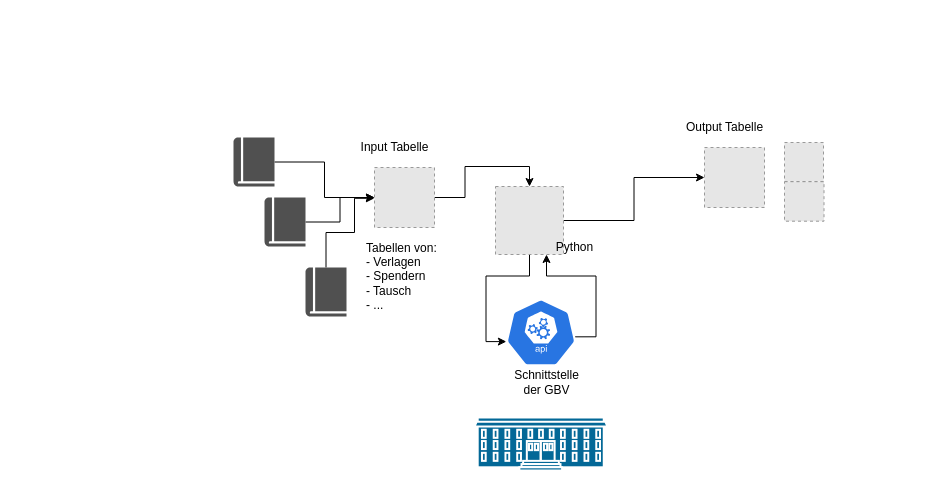
subugoe/Fachreferats-Toolbox keeps this draw.io diagram as documentation/Dedublizierungs-Tool.drawio. Above is the earlier version. Source tidied: cells renumbered, new cells numbered last; positions are measured from the earlier drawing's top-left corner, leaving out a move shared by most shapes. Both pictures are drawn from the tidied source at 100%, with x=0, y=0 at pixel (233, 117). Pictures stored in the file or linked from it are replaced by grey dashed boxes.
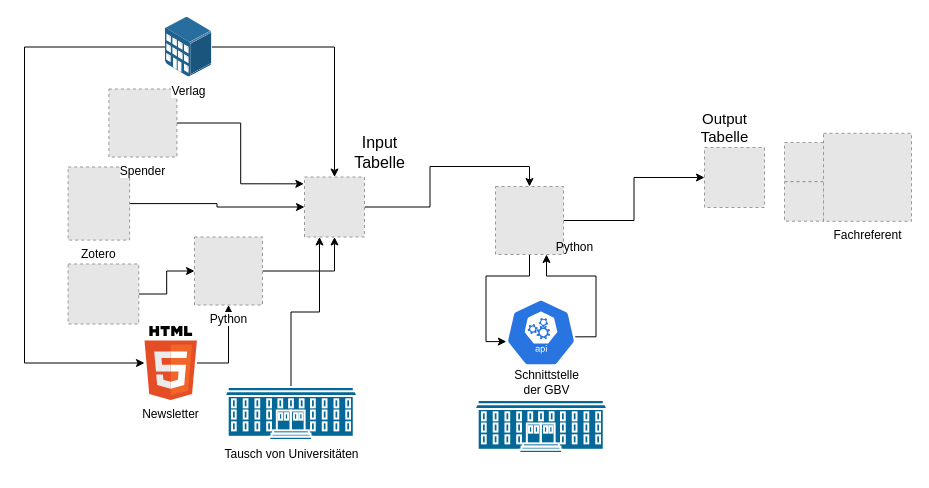
The same diagram, later.

Diff of the diagram source:
```diff
@@
     <mxCell id="7" style="shape=mxgraph.cisco.buildings.university;html=1;dashed=0;fillColor=#036897;strokeColor=#ffffff;strokeWidth=2;verticalLabelPosition=bottom;verticalAlign=top;align=center;" parent="1" vertex="1">
-      <mxGeometry x="241" y="300" width="133" height="53" as="geometry" />
+      <mxGeometry x="241" y="282.5" width="133" height="53" as="geometry" />
     </mxCell>
-    <mxCell id="8" style="edgeStyle=orthogonalEdgeStyle;rounded=0;jettySize=auto;html=1;" parent="1" edge="1" source="9" target="11">
-      <mxGeometry relative="1" as="geometry" />
-    </mxCell>
-    <mxCell id="9" style="shadow=0;dashed=0;html=1;strokeColor=none;fillColor=#505050;labelPosition=center;verticalLabelPosition=bottom;verticalAlign=top;outlineConnect=0;align=center;shape=mxgraph.office.concepts.book_journal;" parent="1" vertex="1">
-      <mxGeometry y="20" width="41" height="49" as="geometry" />
-    </mxCell>
@@
     <mxCell id="11" style="fillColor=#E6E6E6;strokeColor=#999999;dashed=1;html=1;verticalAlign=top;verticalLabelPosition=bottom;labelBackgroundColor=#ffffff;" parent="1" vertex="1">
-      <mxGeometry x="141" y="50" width="60" height="60" as="geometry" />
+      <mxGeometry x="71" y="59.5" width="60" height="60" as="geometry" />
     </mxCell>
-    <mxCell id="12" style="edgeStyle=orthogonalEdgeStyle;rounded=0;jettySize=auto;html=1;" parent="1" edge="1" source="13" target="11">
-      <mxGeometry relative="1" as="geometry" />
-    </mxCell>
-    <mxCell id="13" style="shadow=0;dashed=0;html=1;strokeColor=none;fillColor=#505050;labelPosition=center;verticalLabelPosition=bottom;verticalAlign=top;outlineConnect=0;align=center;shape=mxgraph.office.concepts.book_journal;" parent="1" vertex="1">
-      <mxGeometry x="31" y="80" width="41" height="49" as="geometry" />
-    </mxCell>
-    <mxCell id="14" style="edgeStyle=orthogonalEdgeStyle;rounded=0;jettySize=auto;html=1;entryX=-0.002;entryY=0.514;entryDx=0;entryDy=0;entryPerimeter=0;" parent="1" edge="1" source="15" target="11">
-      <mxGeometry relative="1" as="geometry">
-        <Array as="points">
-          <mxPoint x="92" y="115" />
-          <mxPoint x="121" y="115" />
-          <mxPoint x="121" y="81" />
-          <mxPoint x="141" y="81" />
-        </Array>
-      </mxGeometry>
-    </mxCell>
-    <mxCell id="15" style="shadow=0;dashed=0;html=1;strokeColor=none;fillColor=#505050;labelPosition=center;verticalLabelPosition=bottom;verticalAlign=top;outlineConnect=0;align=center;shape=mxgraph.office.concepts.book_journal;" parent="1" vertex="1">
-      <mxGeometry x="72" y="150" width="41" height="49" as="geometry" />
-    </mxCell>
@@
-    <mxCell id="18" value="&lt;div align=&quot;left&quot;&gt;Tabellen von:&lt;/div&gt;&lt;div align=&quot;left&quot;&gt;- Verlagen&lt;/div&gt;&lt;div align=&quot;left&quot;&gt;- Spendern&lt;/div&gt;&lt;div align=&quot;left&quot;&gt;- Tausch&lt;/div&gt;&lt;div align=&quot;left&quot;&gt;- ...&lt;br&gt;&lt;/div&gt;" style="text;html=1;align=left;verticalAlign=middle;strokeColor=none;" parent="1" vertex="1">
-      <mxGeometry x="131" y="119" width="90" height="80" as="geometry" />
-    </mxCell>
@@
+    <mxCell id="23" value="&lt;font style=&quot;font-size: 15px&quot;&gt;Output&lt;br&gt;Tabelle&lt;/font&gt;" style="text;html=1;align=center;verticalAlign=middle;strokeColor=none;" parent="1" vertex="1">
+      <mxGeometry x="461" y="-10" width="60" height="40" as="geometry" />
+    </mxCell>
+    <mxCell id="24" style="edgeStyle=orthogonalEdgeStyle;rounded=0;jettySize=auto;html=1;" parent="1" edge="1" source="25" target="11">
+      <mxGeometry relative="1" as="geometry" />
+    </mxCell>
+    <mxCell id="25" value="Zotero" style="fillColor=#E6E6E6;strokeColor=#999999;dashed=1;verticalLabelPosition=bottom;labelBackgroundColor=#ffffff;verticalAlign=top;" parent="1" vertex="1">
+      <mxGeometry x="-165.4" y="49.5" width="61.5" height="73.1" as="geometry" />
+    </mxCell>
+    <mxCell id="26" style="edgeStyle=orthogonalEdgeStyle;rounded=0;jettySize=auto;html=1;" parent="1" edge="1" source="27" target="36">
+      <mxGeometry relative="1" as="geometry" />
+    </mxCell>
+    <mxCell id="27" style="fillColor=#E6E6E6;strokeColor=#999999;dashed=1;verticalLabelPosition=bottom;labelBackgroundColor=#ffffff;verticalAlign=top;" parent="1" vertex="1">
+      <mxGeometry x="-165.4" y="146.5" width="70.7" height="60" as="geometry" />
+    </mxCell>
+    <mxCell id="28" style="edgeStyle=orthogonalEdgeStyle;rounded=0;jettySize=auto;html=1;" parent="1" edge="1" source="29" target="36">
+      <mxGeometry relative="1" as="geometry">
+        <Array as="points">
+          <mxPoint x="-5" y="245.5" />
+        </Array>
+      </mxGeometry>
+    </mxCell>
+    <mxCell id="29" value="Newsletter" style="dashed=0;outlineConnect=0;html=1;align=center;labelPosition=center;verticalLabelPosition=bottom;verticalAlign=top;shape=mxgraph.weblogos.html5;" parent="1" vertex="1">
+      <mxGeometry x="-89" y="208.5" width="52.4" height="74" as="geometry" />
+    </mxCell>
+    <mxCell id="30" style="edgeStyle=orthogonalEdgeStyle;rounded=0;jettySize=auto;html=1;entryX=-0.011;entryY=0.114;entryDx=0;entryDy=0;entryPerimeter=0;" parent="1" edge="1" source="31" target="11">
+      <mxGeometry relative="1" as="geometry" />
+    </mxCell>
+    <mxCell id="31" value="Spender" style="fillColor=#E6E6E6;strokeColor=#999999;dashed=1;html=1;verticalAlign=top;verticalLabelPosition=bottom;labelBackgroundColor=#ffffff;" parent="1" vertex="1">
+      <mxGeometry x="-124.6" y="-28.5" width="68" height="68" as="geometry" />
+    </mxCell>
+    <mxCell id="32" style="edgeStyle=orthogonalEdgeStyle;rounded=0;jettySize=auto;html=1;" parent="1" edge="1" source="34" target="29">
+      <mxGeometry relative="1" as="geometry">
+        <Array as="points">
+          <mxPoint x="-209" y="-70.5" />
+          <mxPoint x="-209" y="245.5" />
+        </Array>
+      </mxGeometry>
+    </mxCell>
+    <mxCell id="33" style="edgeStyle=orthogonalEdgeStyle;rounded=0;jettySize=auto;html=1;" parent="1" edge="1" source="34" target="11">
+      <mxGeometry relative="1" as="geometry" />
+    </mxCell>
+    <mxCell id="34" value="Verlag" style="points=[];html=1;align=center;shadow=0;dashed=0;image;image=img/lib/allied_telesis/buildings/Medium_Business_Building.svg;" parent="1" vertex="1">
+      <mxGeometry x="-68.3" y="-100.5" width="46.7" height="60" as="geometry" />
+    </mxCell>
+    <mxCell id="35" style="edgeStyle=orthogonalEdgeStyle;rounded=0;jettySize=auto;html=1;entryX=0.5;entryY=1;entryDx=0;entryDy=0;" parent="1" edge="1" source="36" target="11">
+      <mxGeometry relative="1" as="geometry" />
+    </mxCell>
+    <mxCell id="36" value="Python" style="fillColor=#E6E6E6;strokeColor=#999999;dashed=1;html=1;verticalAlign=top;verticalLabelPosition=bottom;labelBackgroundColor=#ffffff;" parent="1" vertex="1">
+      <mxGeometry x="-39" y="119.5" width="68" height="68" as="geometry" />
+    </mxCell>
+    <mxCell id="37" style="edgeStyle=orthogonalEdgeStyle;rounded=0;jettySize=auto;html=1;entryX=0.25;entryY=1;entryDx=0;entryDy=0;" parent="1" edge="1" source="38" target="11">
+      <mxGeometry relative="1" as="geometry" />
+    </mxCell>
+    <mxCell id="38" value="Tausch von Universitäten" style="shape=mxgraph.cisco.buildings.university;html=1;dashed=0;fillColor=#036897;strokeColor=#ffffff;strokeWidth=2;verticalLabelPosition=bottom;verticalAlign=top;align=center;outlineConnect=0;" parent="1" vertex="1">
+      <mxGeometry x="-9" y="269.5" width="133" height="53" as="geometry" />
+    </mxCell>
+    <mxCell id="39" value="Fachreferent" style="fillColor=#E6E6E6;strokeColor=#999999;dashed=1;html=1;verticalAlign=top;verticalLabelPosition=bottom;labelBackgroundColor=#ffffff;" parent="1" vertex="1">
+      <mxGeometry x="590" y="15.8" width="88" height="88" as="geometry" />
+    </mxCell>
-    <mxCell id="22" value="Input Tabelle" style="text;html=1;align=center;verticalAlign=middle;strokeColor=none;" parent="1" vertex="1">
-      <mxGeometry x="116" y="20" width="90" height="20" as="geometry" />
+    <mxCell id="22" value="&lt;div style=&quot;font-size: 16px&quot;&gt;&lt;font style=&quot;font-size: 16px&quot;&gt;Input&lt;br&gt;Tabelle&lt;/font&gt;&lt;/div&gt;" style="text;html=1;align=center;verticalAlign=middle;strokeColor=none;fillColor=none;" parent="1" vertex="1">
+      <mxGeometry x="111" y="19.5" width="70" height="30" as="geometry" />
     </mxCell>
-    <mxCell id="23" value="Output Tabelle" style="text;html=1;align=center;verticalAlign=middle;strokeColor=none;" parent="1" vertex="1">
-      <mxGeometry x="446" width="90" height="20" as="geometry" />
-    </mxCell>
```
